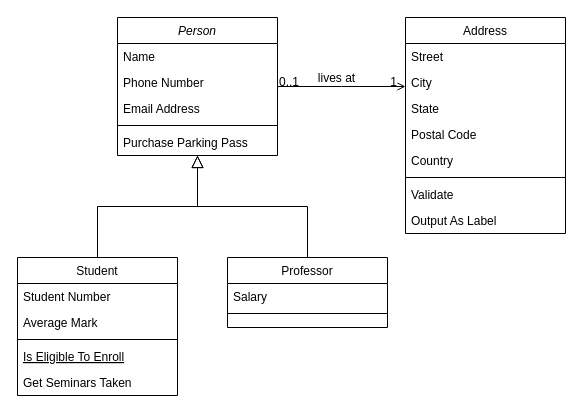
The draw.io diagram Untitled Diagram.drawio in StevenSeagull1/ganzenbord, before the edit. Source tidied: cells renumbered, new cells numbered last; positions are measured from the earlier drawing's top-left corner, leaving out a move shared by most shapes. Both pictures are drawn from the tidied source at 100%, with x=0, y=0 at pixel (17, 17).
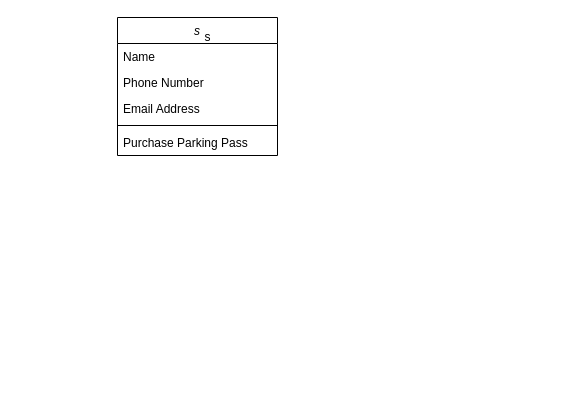
The same page after the edit.

Diff of the diagram source:
```diff
@@
-    <mxCell id="2" value="Person" style="swimlane;fontStyle=2;align=center;verticalAlign=top;horizontal=1;startSize=26;rounded=0;shadow=0;strokeWidth=1;" parent="1" vertex="1">
+    <mxCell id="2" value="s" style="swimlane;fontStyle=2;align=center;verticalAlign=top;horizontal=1;startSize=26;rounded=0;shadow=0;strokeWidth=1;" parent="1" vertex="1">
       <mxGeometry x="100" width="160" height="138" as="geometry" />
     </mxCell>
@@
-    <mxCell id="8" value="Student" style="swimlane;fontStyle=0;align=center;verticalAlign=top;horizontal=1;startSize=26;rounded=0;shadow=0;strokeWidth=1;" parent="1" vertex="1">
-      <mxGeometry y="240" width="160" height="138" as="geometry" />
-    </mxCell>
-    <mxCell id="9" value="Student Number" style="text;align=left;verticalAlign=top;spacingLeft=4;spacingRight=4;overflow=hidden;" parent="8" vertex="1">
-      <mxGeometry y="26" width="160" height="26" as="geometry" />
-    </mxCell>
-    <mxCell id="10" value="Average Mark" style="text;align=left;verticalAlign=top;spacingLeft=4;spacingRight=4;overflow=hidden;rounded=0;shadow=0;html=0;" parent="8" vertex="1">
-      <mxGeometry y="52" width="160" height="26" as="geometry" />
-    </mxCell>
-    <mxCell id="11" style="line;html=1;strokeWidth=1;align=left;verticalAlign=middle;spacingTop=-1;spacingLeft=3;spacingRight=3;labelPosition=right;" parent="8" vertex="1">
-      <mxGeometry y="78" width="160" height="8" as="geometry" />
-    </mxCell>
-    <mxCell id="12" value="Is Eligible To Enroll" style="text;align=left;verticalAlign=top;spacingLeft=4;spacingRight=4;overflow=hidden;fontStyle=4;" parent="8" vertex="1">
-      <mxGeometry y="86" width="160" height="26" as="geometry" />
-    </mxCell>
-    <mxCell id="13" value="Get Seminars Taken" style="text;align=left;verticalAlign=top;spacingLeft=4;spacingRight=4;overflow=hidden;" parent="8" vertex="1">
-      <mxGeometry y="112" width="160" height="26" as="geometry" />
-    </mxCell>
-    <mxCell id="14" style="endArrow=block;endSize=10;endFill=0;shadow=0;strokeWidth=1;rounded=0;edgeStyle=elbowEdgeStyle;elbow=vertical;" parent="1" edge="1" source="8" target="2">
-      <mxGeometry relative="1" as="geometry" />
-    </mxCell>
-    <mxCell id="15" value="Professor" style="swimlane;fontStyle=0;align=center;verticalAlign=top;horizontal=1;startSize=26;rounded=0;shadow=0;strokeWidth=1;" parent="1" vertex="1">
-      <mxGeometry x="210" y="240" width="160" height="70" as="geometry" />
-    </mxCell>
-    <mxCell id="16" value="Salary" style="text;align=left;verticalAlign=top;spacingLeft=4;spacingRight=4;overflow=hidden;" parent="15" vertex="1">
-      <mxGeometry y="26" width="160" height="26" as="geometry" />
-    </mxCell>
-    <mxCell id="17" style="line;html=1;strokeWidth=1;align=left;verticalAlign=middle;spacingTop=-1;spacingLeft=3;spacingRight=3;labelPosition=right;" parent="15" vertex="1">
-      <mxGeometry y="52" width="160" height="8" as="geometry" />
-    </mxCell>
-    <mxCell id="18" style="endArrow=block;endSize=10;endFill=0;shadow=0;strokeWidth=1;rounded=0;edgeStyle=elbowEdgeStyle;elbow=vertical;" parent="1" edge="1" source="15" target="2">
-      <mxGeometry relative="1" as="geometry" />
-    </mxCell>
-    <mxCell id="19" value="Address" style="swimlane;fontStyle=0;align=center;verticalAlign=top;horizontal=1;startSize=26;rounded=0;shadow=0;strokeWidth=1;" parent="1" vertex="1">
-      <mxGeometry x="388" width="160" height="216" as="geometry" />
-    </mxCell>
-    <mxCell id="20" value="Street" style="text;align=left;verticalAlign=top;spacingLeft=4;spacingRight=4;overflow=hidden;" parent="19" vertex="1">
-      <mxGeometry y="26" width="160" height="26" as="geometry" />
-    </mxCell>
-    <mxCell id="21" value="City" style="text;align=left;verticalAlign=top;spacingLeft=4;spacingRight=4;overflow=hidden;rounded=0;shadow=0;html=0;" parent="19" vertex="1">
-      <mxGeometry y="52" width="160" height="26" as="geometry" />
-    </mxCell>
-    <mxCell id="22" value="State" style="text;align=left;verticalAlign=top;spacingLeft=4;spacingRight=4;overflow=hidden;rounded=0;shadow=0;html=0;" parent="19" vertex="1">
-      <mxGeometry y="78" width="160" height="26" as="geometry" />
-    </mxCell>
-    <mxCell id="23" value="Postal Code" style="text;align=left;verticalAlign=top;spacingLeft=4;spacingRight=4;overflow=hidden;rounded=0;shadow=0;html=0;" parent="19" vertex="1">
-      <mxGeometry y="104" width="160" height="26" as="geometry" />
-    </mxCell>
-    <mxCell id="24" value="Country" style="text;align=left;verticalAlign=top;spacingLeft=4;spacingRight=4;overflow=hidden;rounded=0;shadow=0;html=0;" parent="19" vertex="1">
-      <mxGeometry y="130" width="160" height="26" as="geometry" />
-    </mxCell>
-    <mxCell id="25" style="line;html=1;strokeWidth=1;align=left;verticalAlign=middle;spacingTop=-1;spacingLeft=3;spacingRight=3;labelPosition=right;" parent="19" vertex="1">
-      <mxGeometry y="156" width="160" height="8" as="geometry" />
-    </mxCell>
-    <mxCell id="26" value="Validate" style="text;align=left;verticalAlign=top;spacingLeft=4;spacingRight=4;overflow=hidden;" parent="19" vertex="1">
-      <mxGeometry y="164" width="160" height="26" as="geometry" />
-    </mxCell>
-    <mxCell id="27" value="Output As Label" style="text;align=left;verticalAlign=top;spacingLeft=4;spacingRight=4;overflow=hidden;" parent="19" vertex="1">
-      <mxGeometry y="190" width="160" height="26" as="geometry" />
-    </mxCell>
-    <mxCell id="28" style="endArrow=open;shadow=0;strokeWidth=1;rounded=0;endFill=1;edgeStyle=elbowEdgeStyle;elbow=vertical;" parent="1" edge="1" source="2" target="19">
-      <mxGeometry x="0.5" y="41" relative="1" as="geometry">
-        <mxPoint x="-40" y="32" as="offset" />
-      </mxGeometry>
-    </mxCell>
-    <mxCell id="29" value="0..1" style="align=left;verticalAlign=bottom;labelBackgroundColor=none;fontSize=12;" parent="28" vertex="1">
-      <mxGeometry x="-1" relative="1" as="geometry">
-        <mxPoint y="4" as="offset" />
-      </mxGeometry>
-    </mxCell>
-    <mxCell id="30" value="1" style="align=right;verticalAlign=bottom;labelBackgroundColor=none;fontSize=12;" parent="28" vertex="1">
-      <mxGeometry x="1" relative="1" as="geometry">
-        <mxPoint x="-7" y="4" as="offset" />
-      </mxGeometry>
-    </mxCell>
-    <mxCell id="31" value="lives at" style="text;html=1;align=center;verticalAlign=middle;labelBackgroundColor=none;rounded=0;shadow=0;strokeWidth=1;fontSize=12;" parent="28" vertex="1">
-      <mxGeometry x="0.5" y="49" relative="1" as="geometry">
-        <mxPoint x="-38" y="40" as="offset" />
-      </mxGeometry>
-    </mxCell>
+    <mxCell id="32" value="s" style="text;html=1;align=center;verticalAlign=middle;strokeColor=none;fillColor=none;" parent="1" vertex="1">
+      <mxGeometry x="175" y="5" width="30" height="30" as="geometry" />
+    </mxCell>
```
